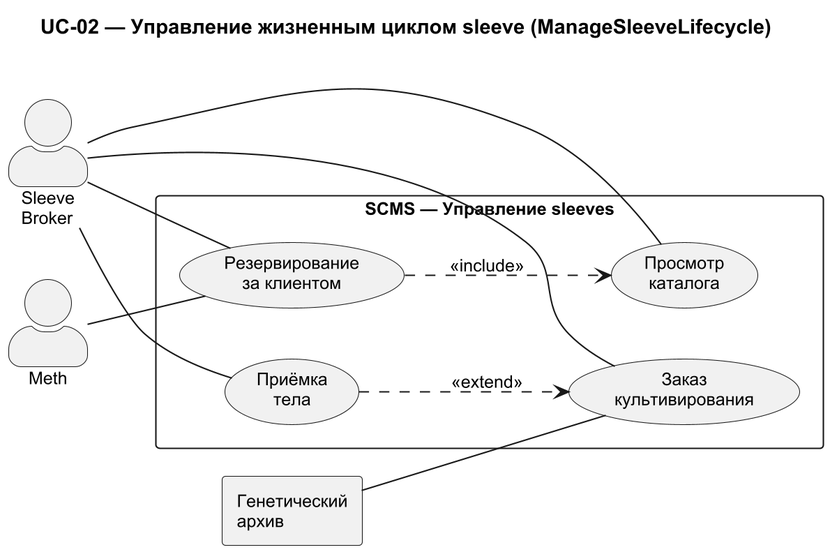
ErnandesDaniel/modified-carbon keeps this PlantUML diagram as use-case-diagrams/uc02-sleeve-catalog.png. Above is the earlier version.
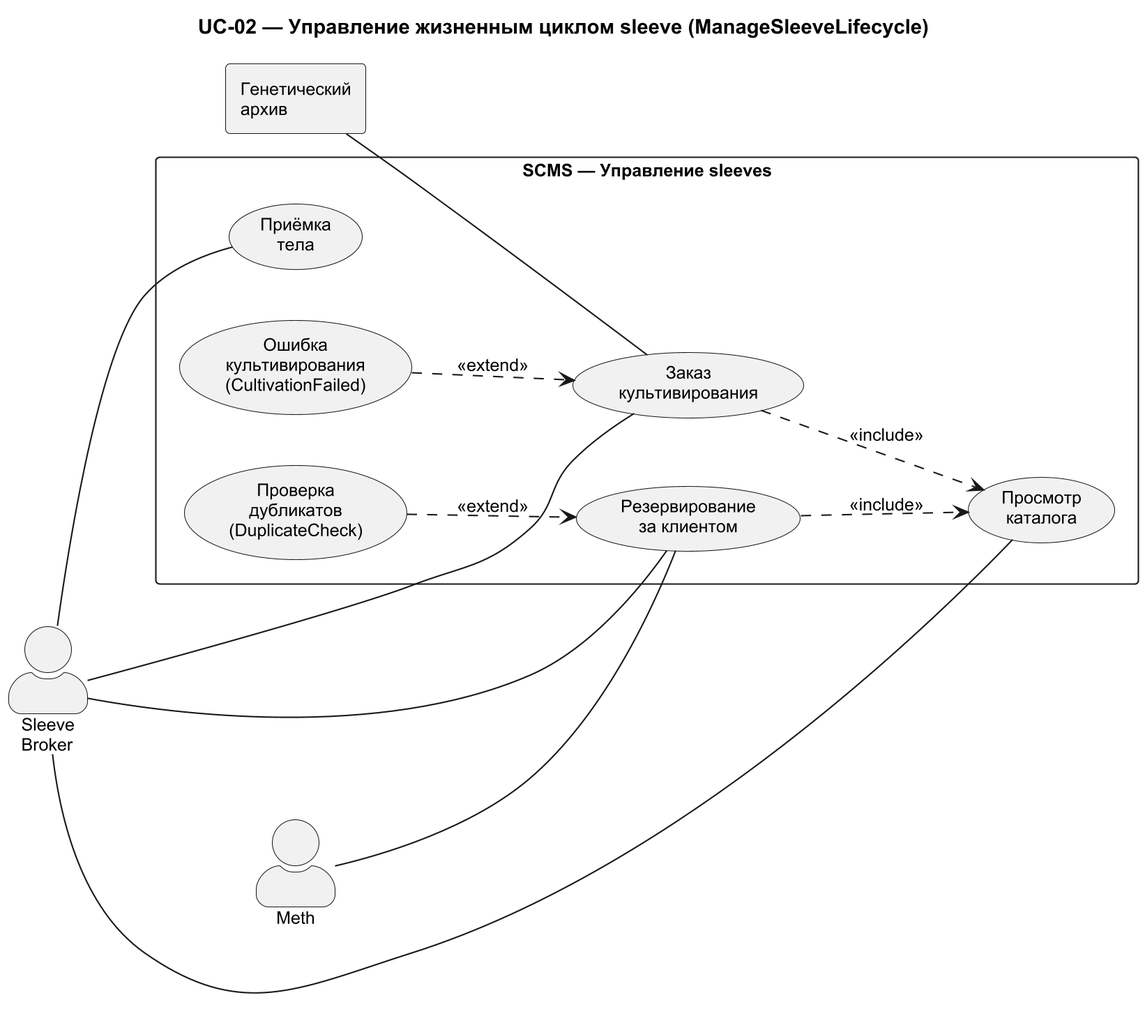
After the commit.

The edit, as a diff of the source:
```diff
@@ -15,9 +15,13 @@
   usecase "Приёмка\nтела" as ACCEPT
   usecase "Резервирование\nза клиентом" as RESERVE
   usecase "Просмотр\nкаталога" as CATALOG
+  usecase "Ошибка\nкультивирования\n(CultivationFailed)" as CULT_FAIL
+  usecase "Проверка\nдубликатов\n(DuplicateCheck)" as DUP_CHECK
 
-  ACCEPT ..> CULTIVATE : <<extend>>
+  CULTIVATE ..> CATALOG : <<include>>
   RESERVE ..> CATALOG : <<include>>
+  CULT_FAIL ..> CULTIVATE : <<extend>>
+  DUP_CHECK ..> RESERVE : <<extend>>
 }
 
 actor "Sleeve\nBroker" as BROKER
```
